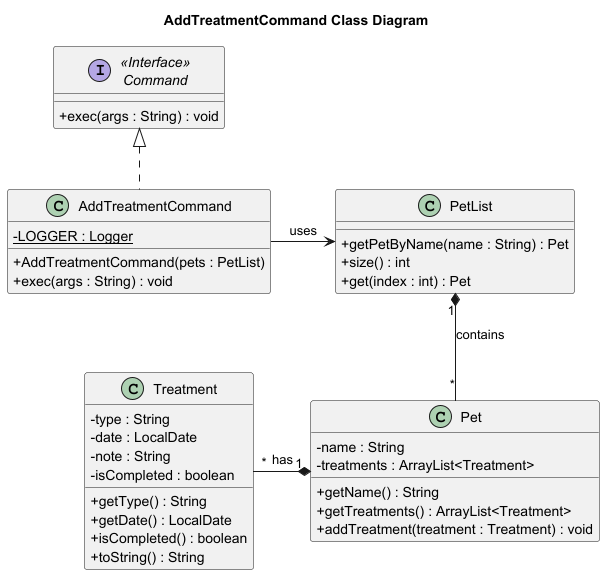
Kevin88866/tp keeps this PlantUML diagram as docs/diagrams/AddTreatmentCommand_Class_Diagram.png. Above is the earlier version.
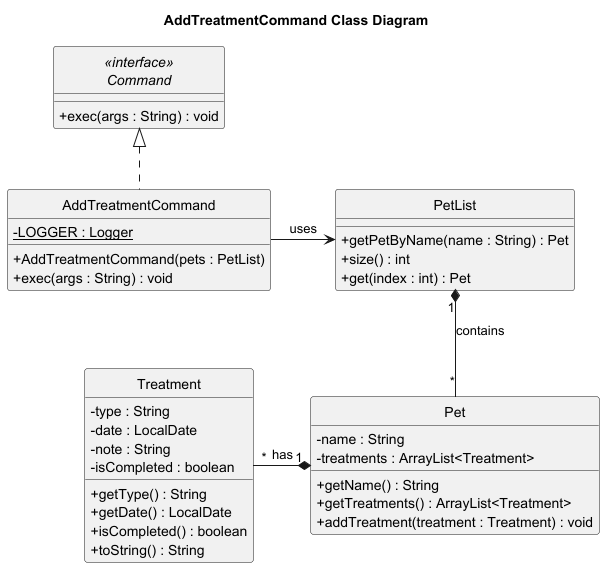
The same file after the commit.

Commit message:
Update Class Diagrams in DG

The edit, as a diff of the source:
```diff
@@ -1,5 +1,6 @@
 @startuml
 skinparam classAttributeIconSize 0
+hide circle
 title AddTreatmentCommand Class Diagram
 
 class AddTreatmentCommand {
@@ -8,7 +9,7 @@
     + exec(args : String) : void
 }
 
-interface "<<Interface>>\nCommand" as Command {
+interface "<<interface>>\nCommand" as Command {
     + exec(args : String) : void
 }
 
```
